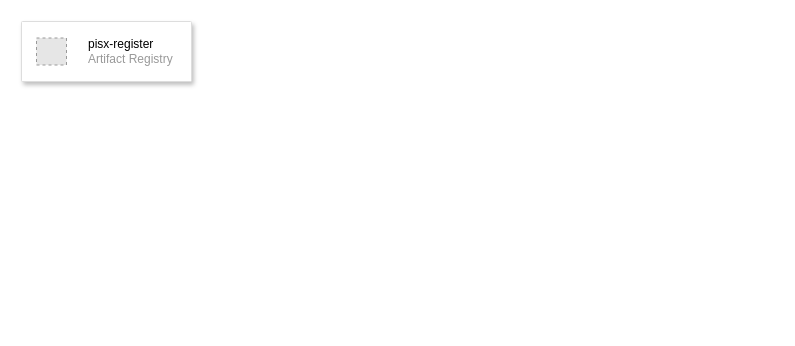
Before: 阳天部署架构.drawio in MyselfblueKAMI/drawpub, a draw.io diagram. Source tidied: cells renumbered, new cells numbered last; positions are measured from the earlier drawing's top-left corner, leaving out a move shared by most shapes. Both pictures are drawn from the tidied source at 100%, with x=0, y=0 at pixel (21, 21). Pictures stored in the file or linked from it are replaced by grey dashed boxes.
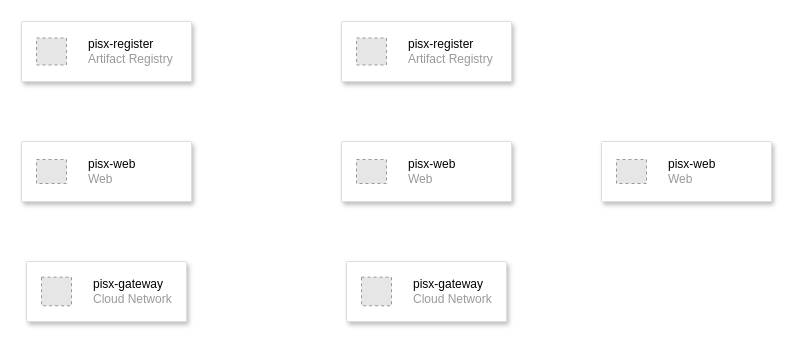
After the change.

Commit message (it also covers changes not shown here):
更新阳天部署架构.drawio

Diff of the diagram source:
```diff
@@
+    <mxCell id="4" style="fillColor=#ffffff;strokeColor=#dddddd;shadow=1;strokeWidth=1;rounded=1;absoluteArcSize=1;arcSize=2;" parent="1" vertex="1">
+      <mxGeometry x="320" width="170" height="60" as="geometry" />
+    </mxCell>
+    <mxCell id="5" value="&lt;font color=&quot;#000000&quot;&gt;pisx-register&lt;/font&gt;&lt;br&gt;Artifact Registry" style="fillColor=#E6E6E6;strokeColor=#999999;dashed=1;html=1;fontColor=#999999;verticalLabelPosition=middle;verticalAlign=middle;labelPosition=right;align=left;spacingLeft=20;" parent="4" vertex="1">
+      <mxGeometry width="30" height="27" relative="1" as="geometry">
+        <mxPoint x="15" y="16.5" as="offset" />
+      </mxGeometry>
+    </mxCell>
+    <mxCell id="6" style="fillColor=#ffffff;strokeColor=#dddddd;shadow=1;strokeWidth=1;rounded=1;absoluteArcSize=1;arcSize=2;" parent="1" vertex="1">
+      <mxGeometry y="120" width="170" height="60" as="geometry" />
+    </mxCell>
+    <mxCell id="7" value="&lt;font color=&quot;#000000&quot;&gt;pisx-web&lt;/font&gt;&lt;br&gt;Web" style="fillColor=#E6E6E6;strokeColor=#999999;dashed=1;html=1;fontColor=#999999;verticalLabelPosition=middle;verticalAlign=middle;labelPosition=right;align=left;spacingLeft=20;" parent="6" vertex="1">
+      <mxGeometry width="30" height="24" relative="1" as="geometry">
+        <mxPoint x="15" y="18" as="offset" />
+      </mxGeometry>
+    </mxCell>
+    <mxCell id="8" style="fillColor=#ffffff;strokeColor=#dddddd;shadow=1;strokeWidth=1;rounded=1;absoluteArcSize=1;arcSize=2;" parent="1" vertex="1">
+      <mxGeometry x="320" y="120" width="170" height="60" as="geometry" />
+    </mxCell>
+    <mxCell id="9" value="&lt;font color=&quot;#000000&quot;&gt;pisx-web&lt;/font&gt;&lt;br&gt;Web" style="fillColor=#E6E6E6;strokeColor=#999999;dashed=1;html=1;fontColor=#999999;verticalLabelPosition=middle;verticalAlign=middle;labelPosition=right;align=left;spacingLeft=20;" parent="8" vertex="1">
+      <mxGeometry width="30" height="24" relative="1" as="geometry">
+        <mxPoint x="15" y="18" as="offset" />
+      </mxGeometry>
+    </mxCell>
+    <mxCell id="10" style="fillColor=#ffffff;strokeColor=#dddddd;shadow=1;strokeWidth=1;rounded=1;absoluteArcSize=1;arcSize=2;" parent="1" vertex="1">
+      <mxGeometry x="580" y="120" width="170" height="60" as="geometry" />
+    </mxCell>
+    <mxCell id="11" value="&lt;font color=&quot;#000000&quot;&gt;pisx-web&lt;/font&gt;&lt;br&gt;Web" style="fillColor=#E6E6E6;strokeColor=#999999;dashed=1;html=1;fontColor=#999999;verticalLabelPosition=middle;verticalAlign=middle;labelPosition=right;align=left;spacingLeft=20;" parent="10" vertex="1">
+      <mxGeometry width="30" height="24" relative="1" as="geometry">
+        <mxPoint x="15" y="18" as="offset" />
+      </mxGeometry>
+    </mxCell>
+    <mxCell id="12" style="fillColor=#ffffff;strokeColor=#dddddd;shadow=1;strokeWidth=1;rounded=1;absoluteArcSize=1;arcSize=2;" parent="1" vertex="1">
+      <mxGeometry x="5" y="240" width="160" height="60" as="geometry" />
+    </mxCell>
+    <mxCell id="13" value="&lt;font color=&quot;#000000&quot;&gt;pisx-gateway&lt;/font&gt;&lt;br&gt;Cloud Network" style="fillColor=#E6E6E6;strokeColor=#999999;dashed=1;html=1;fontColor=#999999;verticalLabelPosition=middle;verticalAlign=middle;labelPosition=right;align=left;spacingLeft=20;" parent="12" vertex="1">
+      <mxGeometry width="30" height="28.57" relative="1" as="geometry">
+        <mxPoint x="15" y="15.7" as="offset" />
+      </mxGeometry>
+    </mxCell>
+    <mxCell id="14" style="fillColor=#ffffff;strokeColor=#dddddd;shadow=1;strokeWidth=1;rounded=1;absoluteArcSize=1;arcSize=2;" parent="1" vertex="1">
+      <mxGeometry x="325" y="240" width="160" height="60" as="geometry" />
+    </mxCell>
+    <mxCell id="15" value="&lt;font color=&quot;#000000&quot;&gt;pisx-gateway&lt;/font&gt;&lt;br&gt;Cloud Network" style="fillColor=#E6E6E6;strokeColor=#999999;dashed=1;html=1;fontColor=#999999;verticalLabelPosition=middle;verticalAlign=middle;labelPosition=right;align=left;spacingLeft=20;" parent="14" vertex="1">
+      <mxGeometry width="30" height="28.57" relative="1" as="geometry">
+        <mxPoint x="15" y="15.7" as="offset" />
+      </mxGeometry>
+    </mxCell>
```
